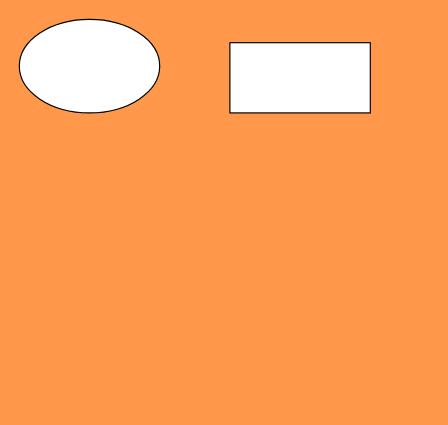
Yaozongbin0828/UMLetDraw keeps this draw.io diagram as Oracle.drawio. Above is the earlier version. Source tidied: cells renumbered, new cells numbered last; positions are measured from the earlier drawing's top-left corner, leaving out a move shared by most shapes. Both pictures are drawn from the tidied source at 117%, with x=0, y=0 at pixel (19, 19).
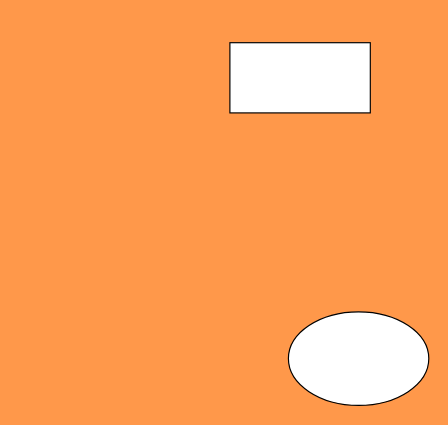
The same diagram, later.

The edit, as a diff of the source:
```diff
@@
 <mxGraphModel background="#FF984A">
   <root>
     <mxCell id="0" />
     <mxCell id="1" parent="0" />
-    <mxCell id="2" style="ellipse;whiteSpace=wrap;html=1;" parent="1" vertex="1">
-      <mxGeometry width="120" height="80" as="geometry" />
+    <mxCell id="2" style="ellipse;whiteSpace=wrap;html=1;rounded=0;fontFamily=Helvetica;" parent="1" vertex="1">
+      <mxGeometry x="230" y="250" width="120" height="80" as="geometry" />
     </mxCell>
     <mxCell id="3" style="rounded=0;whiteSpace=wrap;html=1;" parent="1" vertex="1">
       <mxGeometry x="180" y="20" width="120" height="60" as="geometry" />
     </mxCell>
   </root>
 </mxGraphModel>
```
